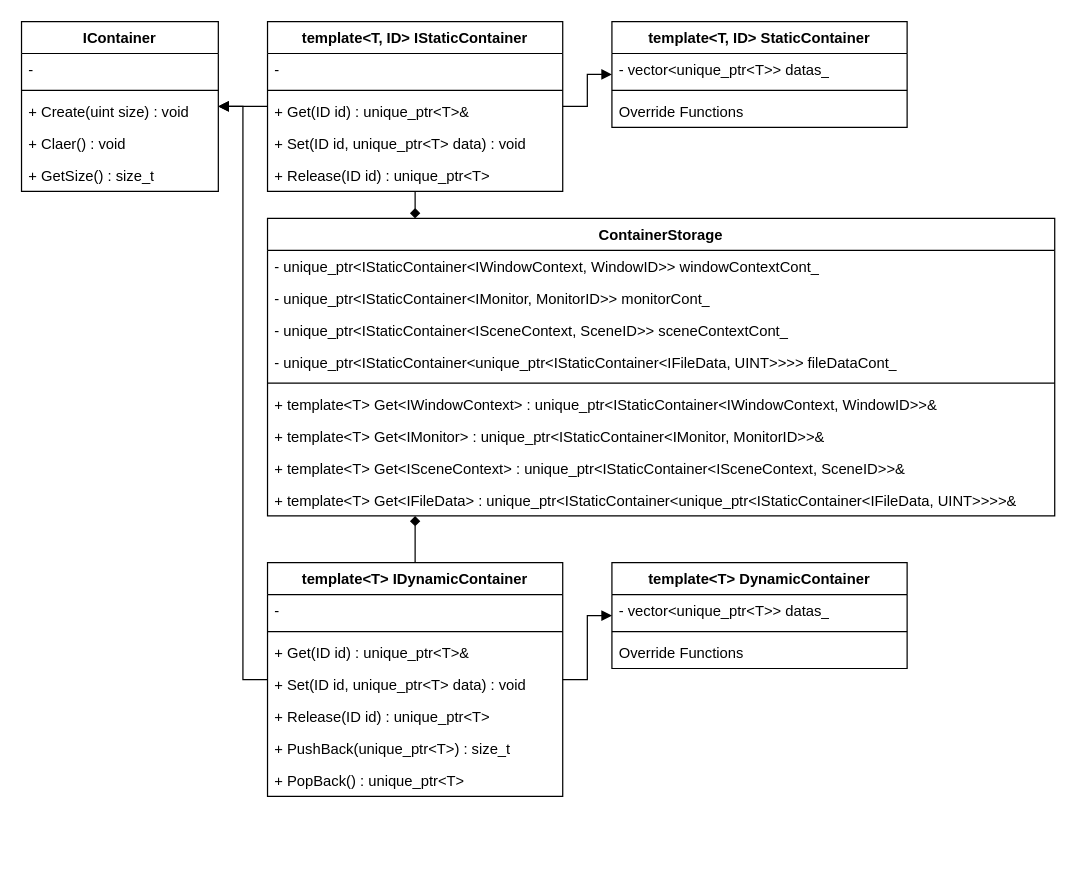
This is page "Container" (1 of 10) of docs/module/class.drawio from Tanso-mct/Minecraft-DirectX, a draw.io file, before an edit. Source tidied: cells renumbered, new cells numbered last; positions are measured from the earlier drawing's top-left corner, leaving out a move shared by most shapes. Both pictures are drawn from the tidied source at 123%, with x=0, y=0 at pixel (21, 21).
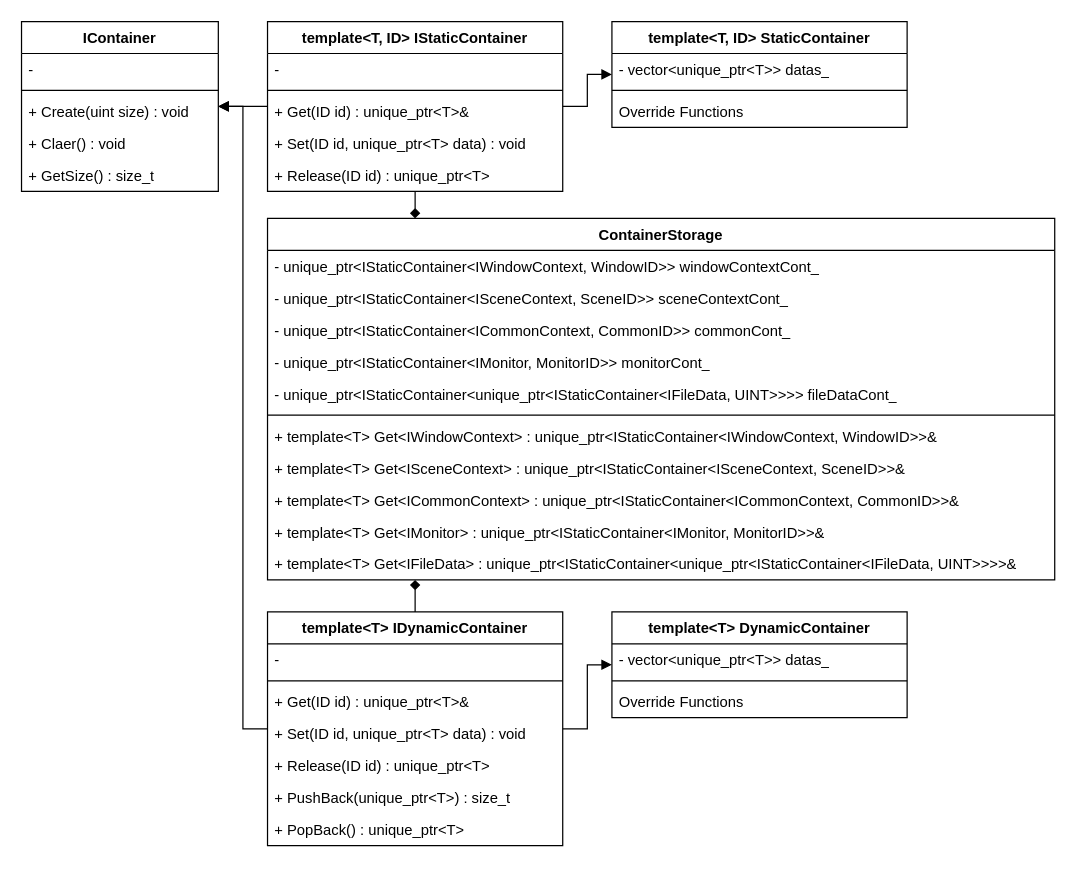
Above is the later version.

What changed in the source:
```diff
@@
     <mxCell id="2" value="ContainerStorage" style="swimlane;fontStyle=1;align=center;verticalAlign=top;horizontal=1;startSize=26;whiteSpace=wrap;html=1;" parent="1" vertex="1">
-      <mxGeometry x="200" y="160" width="640" height="242" as="geometry" />
+      <mxGeometry x="200" y="160" width="640" height="294" as="geometry" />
     </mxCell>
@@
+    <mxCell id="5" value="- unique_ptr&amp;lt;IStaticContainer&amp;lt;ISceneContext, SceneID&amp;gt;&amp;gt; sceneContextCont_" style="text;strokeColor=none;fillColor=none;align=left;verticalAlign=top;spacingLeft=4;spacingRight=4;overflow=hidden;whiteSpace=wrap;html=1;" parent="2" vertex="1">
+      <mxGeometry y="52" width="640" height="26" as="geometry" />
+    </mxCell>
+    <mxCell id="46" value="- unique_ptr&amp;lt;IStaticContainer&amp;lt;ICommonContext, CommonID&amp;gt;&amp;gt; commonCont_" style="text;strokeColor=none;fillColor=none;align=left;verticalAlign=top;spacingLeft=4;spacingRight=4;overflow=hidden;whiteSpace=wrap;html=1;" parent="2" vertex="1">
+      <mxGeometry y="78" width="640" height="26" as="geometry" />
+    </mxCell>
     <mxCell id="4" value="- unique_ptr&amp;lt;IStaticContainer&amp;lt;IMonitor, MonitorID&amp;gt;&amp;gt; monitorCont_" style="text;strokeColor=none;fillColor=none;align=left;verticalAlign=top;spacingLeft=4;spacingRight=4;overflow=hidden;whiteSpace=wrap;html=1;" parent="2" vertex="1">
-      <mxGeometry y="52" width="640" height="26" as="geometry" />
+      <mxGeometry y="104" width="640" height="26" as="geometry" />
     </mxCell>
-    <mxCell id="5" value="- unique_ptr&amp;lt;IStaticContainer&amp;lt;ISceneContext, SceneID&amp;gt;&amp;gt; sceneContextCont_" style="text;strokeColor=none;fillColor=none;align=left;verticalAlign=top;spacingLeft=4;spacingRight=4;overflow=hidden;whiteSpace=wrap;html=1;" parent="2" vertex="1">
-      <mxGeometry y="78" width="640" height="26" as="geometry" />
-    </mxCell>
     <mxCell id="6" value="- unique_ptr&amp;lt;IStaticContainer&amp;lt;unique_ptr&amp;lt;IStaticContainer&amp;lt;IFileData, UINT&amp;gt;&amp;gt;&amp;gt;&amp;gt; fileDataCont_" style="text;strokeColor=none;fillColor=none;align=left;verticalAlign=top;spacingLeft=4;spacingRight=4;overflow=hidden;whiteSpace=wrap;html=1;" parent="2" vertex="1">
-      <mxGeometry y="104" width="640" height="26" as="geometry" />
+      <mxGeometry y="130" width="640" height="26" as="geometry" />
     </mxCell>
     <mxCell id="7" style="line;strokeWidth=1;fillColor=none;align=left;verticalAlign=middle;spacingTop=-1;spacingLeft=3;spacingRight=3;labelPosition=right;strokeColor=inherit;" parent="2" vertex="1">
-      <mxGeometry y="130" width="640" height="8" as="geometry" />
+      <mxGeometry y="156" width="640" height="8" as="geometry" />
     </mxCell>
     <mxCell id="8" value="+ template&amp;lt;T&amp;gt; Get&amp;lt;IWindowContext&amp;gt; :&amp;nbsp;unique_ptr&amp;lt;IStaticContainer&amp;lt;IWindowContext, WindowID&amp;gt;&amp;gt;&amp;amp;" style="text;strokeColor=none;fillColor=none;align=left;verticalAlign=top;spacingLeft=4;spacingRight=4;overflow=hidden;whiteSpace=wrap;html=1;" parent="2" vertex="1">
-      <mxGeometry y="138" width="640" height="26" as="geometry" />
+      <mxGeometry y="164" width="640" height="26" as="geometry" />
     </mxCell>
+    <mxCell id="47" value="+ template&amp;lt;T&amp;gt; Get&amp;lt;ISceneContext&amp;gt; :&amp;nbsp;unique_ptr&amp;lt;IStaticContainer&amp;lt;ISceneContext, SceneID&amp;gt;&amp;gt;&amp;amp;" style="text;strokeColor=none;fillColor=none;align=left;verticalAlign=top;spacingLeft=4;spacingRight=4;overflow=hidden;whiteSpace=wrap;html=1;" parent="2" vertex="1">
+      <mxGeometry y="190" width="640" height="26" as="geometry" />
+    </mxCell>
+    <mxCell id="10" value="+ template&amp;lt;T&amp;gt; Get&amp;lt;ICommonContext&amp;gt; :&amp;nbsp;unique_ptr&amp;lt;IStaticContainer&amp;lt;ICommonContext, CommonID&amp;gt;&amp;gt;&amp;amp;" style="text;strokeColor=none;fillColor=none;align=left;verticalAlign=top;spacingLeft=4;spacingRight=4;overflow=hidden;whiteSpace=wrap;html=1;" parent="2" vertex="1">
+      <mxGeometry y="216" width="640" height="26" as="geometry" />
+    </mxCell>
     <mxCell id="9" value="+ template&amp;lt;T&amp;gt; Get&amp;lt;IMonitor&amp;gt; :&amp;nbsp;unique_ptr&amp;lt;IStaticContainer&amp;lt;IMonitor, MonitorID&amp;gt;&amp;gt;&amp;amp;" style="text;strokeColor=none;fillColor=none;align=left;verticalAlign=top;spacingLeft=4;spacingRight=4;overflow=hidden;whiteSpace=wrap;html=1;" parent="2" vertex="1">
-      <mxGeometry y="164" width="640" height="26" as="geometry" />
+      <mxGeometry y="242" width="640" height="26" as="geometry" />
     </mxCell>
-    <mxCell id="10" value="+ template&amp;lt;T&amp;gt; Get&amp;lt;ISceneContext&amp;gt; :&amp;nbsp;unique_ptr&amp;lt;IStaticContainer&amp;lt;ISceneContext, SceneID&amp;gt;&amp;gt;&amp;amp;" style="text;strokeColor=none;fillColor=none;align=left;verticalAlign=top;spacingLeft=4;spacingRight=4;overflow=hidden;whiteSpace=wrap;html=1;" parent="2" vertex="1">
-      <mxGeometry y="190" width="640" height="26" as="geometry" />
-    </mxCell>
     <mxCell id="11" value="+ template&amp;lt;T&amp;gt; Get&amp;lt;IFileData&amp;gt; :&amp;nbsp;unique_ptr&amp;lt;IStaticContainer&amp;lt;unique_ptr&amp;lt;IStaticContainer&amp;lt;IFileData, UINT&amp;gt;&amp;gt;&amp;gt;&amp;gt;&amp;amp;" style="text;strokeColor=none;fillColor=none;align=left;verticalAlign=top;spacingLeft=4;spacingRight=4;overflow=hidden;whiteSpace=wrap;html=1;" parent="2" vertex="1">
-      <mxGeometry y="216" width="640" height="26" as="geometry" />
+      <mxGeometry y="268" width="640" height="26" as="geometry" />
     </mxCell>
@@
     <mxCell id="30" value="template&amp;lt;T&amp;gt; IDynamicContainer" style="swimlane;fontStyle=1;align=center;verticalAlign=top;horizontal=1;startSize=26;whiteSpace=wrap;html=1;" parent="1" vertex="1">
-      <mxGeometry x="200" y="440" width="240" height="190" as="geometry" />
+      <mxGeometry x="200" y="480" width="240" height="190" as="geometry" />
     </mxCell>
@@
     <mxCell id="42" value="template&amp;lt;T&amp;gt; DynamicContainer" style="swimlane;fontStyle=1;align=center;verticalAlign=top;horizontal=1;startSize=26;whiteSpace=wrap;html=1;" parent="1" vertex="1">
-      <mxGeometry x="480" y="440" width="240" height="86" as="geometry" />
+      <mxGeometry x="480" y="480" width="240" height="86" as="geometry" />
     </mxCell>
```
